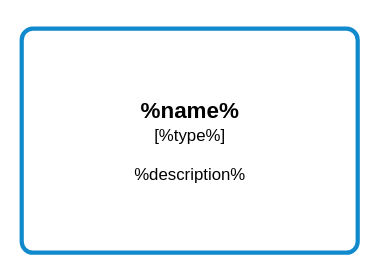
Before: assets/internal-component.svg, a diagram exported from draw.io (draftsmanlighthouse/draftsmanlighthouse.github.io). Source tidied: cells renumbered, new cells last; positions are measured from the earlier drawing's top-left corner, leaving out a move shared by most shapes.
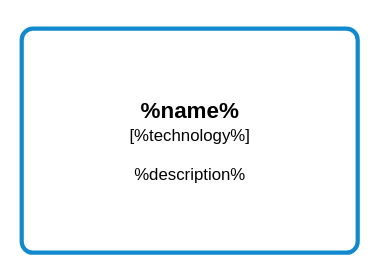
Above is the later version.

Diff of the diagram source:
```diff
@@ -5,7 +5,7 @@
     <mxCell id="2" style="rounded=0;whiteSpace=wrap;html=1;strokeColor=none;" parent="1" vertex="1">
       <mxGeometry width="270" height="200" as="geometry" />
     </mxCell>
-    <mxCell id="3" value="&lt;b style=&quot;text-wrap-mode: nowrap;&quot;&gt;&lt;font style=&quot;font-size: 16px;&quot;&gt;%name%&lt;/font&gt;&lt;/b&gt;&lt;div style=&quot;text-wrap-mode: nowrap;&quot;&gt;[%type%]&lt;/div&gt;&lt;div style=&quot;text-wrap-mode: nowrap;&quot;&gt;&lt;br&gt;&lt;/div&gt;&lt;div style=&quot;text-wrap-mode: nowrap;&quot;&gt;%description%&lt;/div&gt;" style="rounded=1;whiteSpace=wrap;html=1;arcSize=5;fillColor=#FFFFFF;strokeColor=#118ACD;strokeWidth=3;" parent="1" vertex="1">
+    <mxCell id="3" value="&lt;b style=&quot;text-wrap-mode: nowrap;&quot;&gt;&lt;font style=&quot;font-size: 16px;&quot;&gt;%name%&lt;/font&gt;&lt;/b&gt;&lt;div style=&quot;text-wrap-mode: nowrap;&quot;&gt;[%technology%]&lt;/div&gt;&lt;div style=&quot;text-wrap-mode: nowrap;&quot;&gt;&lt;br&gt;&lt;/div&gt;&lt;div style=&quot;text-wrap-mode: nowrap;&quot;&gt;%description%&lt;/div&gt;" style="rounded=1;whiteSpace=wrap;html=1;arcSize=5;fillColor=#FFFFFF;strokeColor=#118ACD;strokeWidth=3;" parent="1" vertex="1">
       <mxGeometry x="15" y="20" width="240" height="160" as="geometry" />
     </mxCell>
   </root>
```
